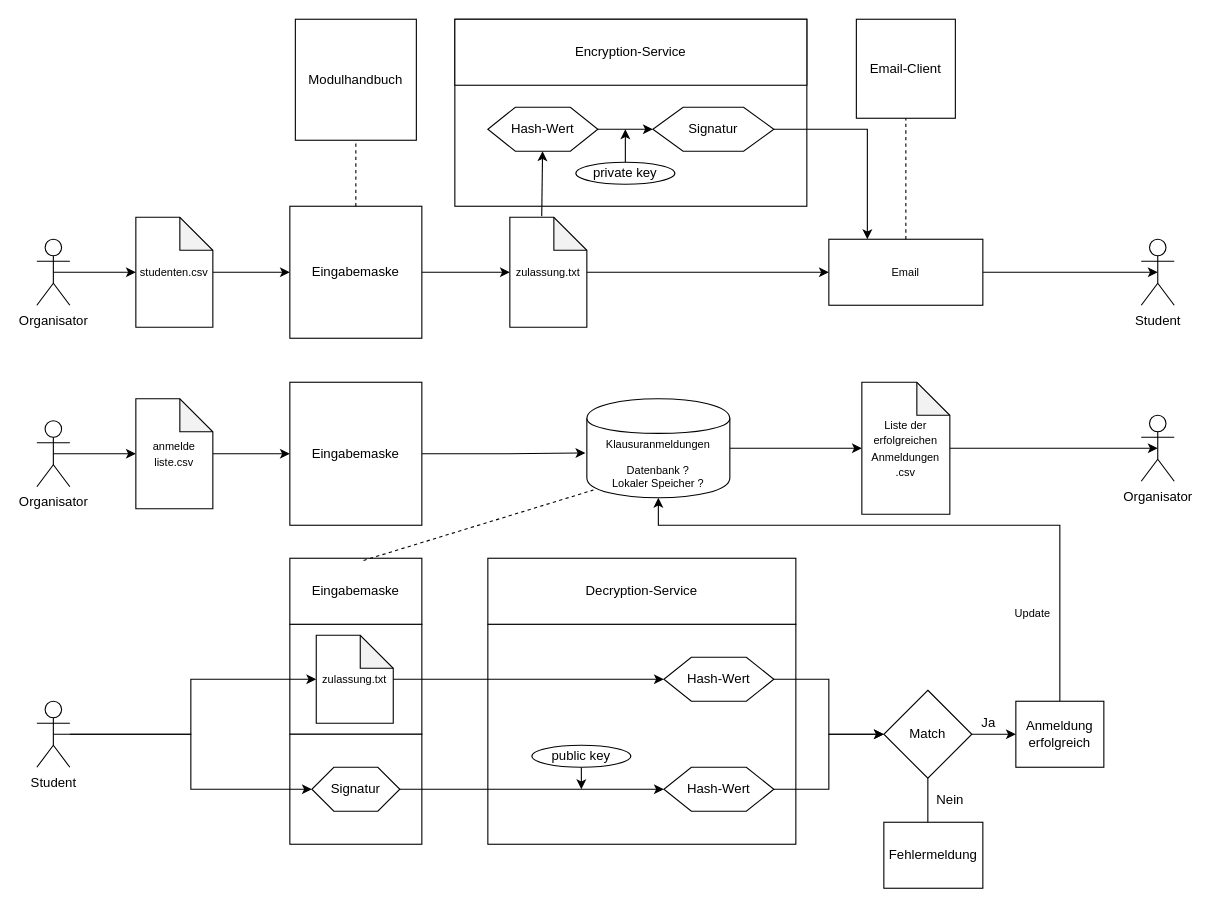
Before: dokumentation/images/process_flowchart_anmeldungen2.drawio in hhu-propra2-2019/abschlussprojekt-bits-please, a draw.io diagram. Source tidied: cells renumbered, new cells numbered last; positions are measured from the earlier drawing's top-left corner, leaving out a move shared by most shapes. Both pictures are drawn from the tidied source at 110%, with x=0, y=0 at pixel (36, 19).
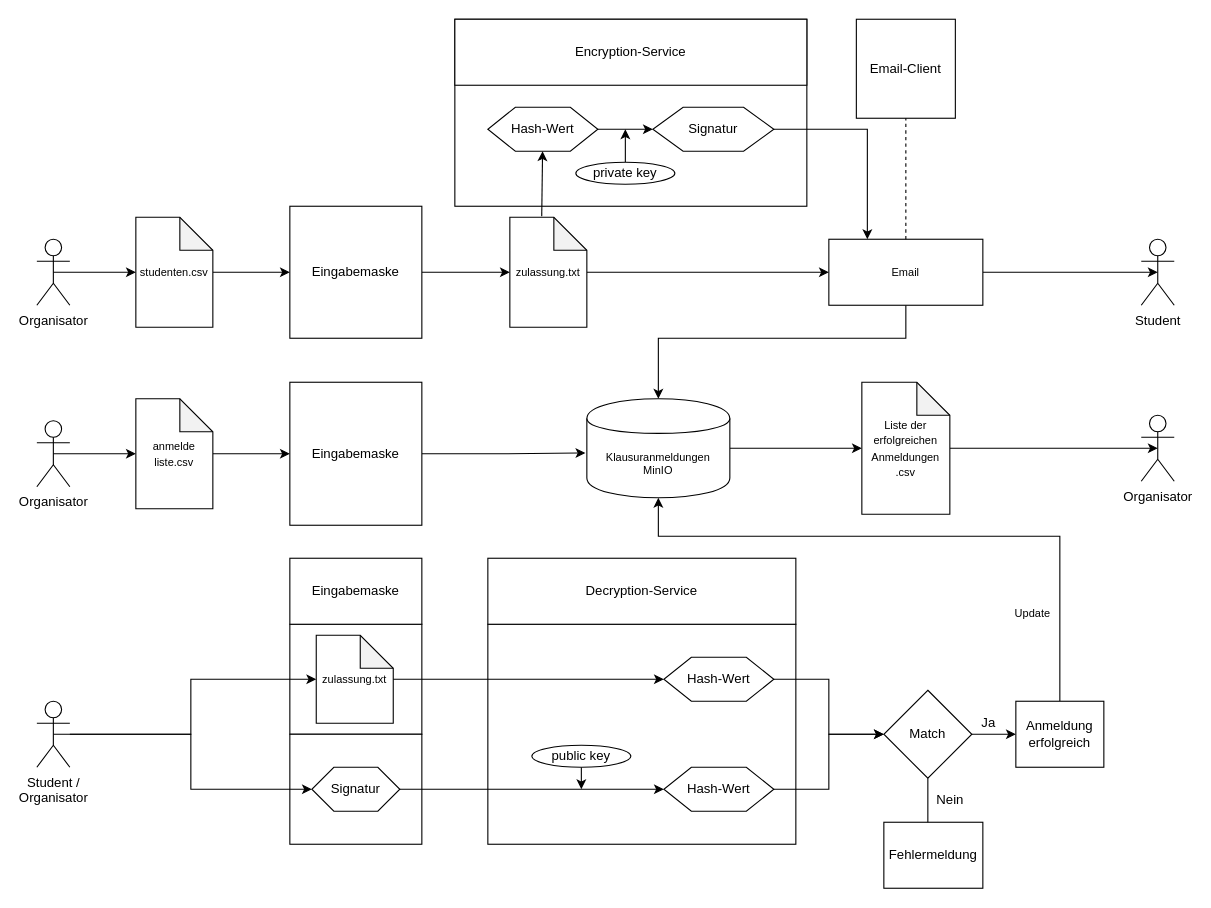
Above is the later version.

Unchanged cells that the change refers to:
```xml
<mxCell id="11" value="&lt;div&gt;Eingabemaske&lt;/div&gt;" style="whiteSpace=wrap;html=1;" parent="1" vertex="1">
  <mxGeometry x="230" y="170" width="120" height="120" as="geometry" />
</mxCell>
<mxCell id="18" value="&lt;font style=&quot;font-size: 10px&quot;&gt;Email&lt;/font&gt;" style="whiteSpace=wrap;html=1;" parent="1" vertex="1">
  <mxGeometry x="720" y="200" width="140" height="60" as="geometry" />
</mxCell>
<mxCell id="36" value="Eingabemaske" style="whiteSpace=wrap;html=1;" parent="1" vertex="1">
  <mxGeometry x="230" y="490" width="120" height="60" as="geometry" />
</mxCell>
<mxCell id="51" value="Anmeldung erfolgreich" style="whiteSpace=wrap;html=1;" parent="1" vertex="1">
  <mxGeometry x="890" y="620" width="80" height="60" as="geometry" />
</mxCell>
```

Change to the diagram source:
```diff
@@
-    <mxCell id="14" style="endArrow=none;dashed=1;html=1;exitX=0.5;exitY=0;exitDx=0;exitDy=0;" parent="1" edge="1" source="11" target="15">
-      <mxGeometry relative="1" as="geometry" />
-    </mxCell>
-    <mxCell id="15" value="Modulhandbuch" style="whiteSpace=wrap;html=1;" parent="1" vertex="1">
-      <mxGeometry x="235" width="110" height="110" as="geometry" />
-    </mxCell>
@@
+    <mxCell id="65" style="edgeStyle=orthogonalEdgeStyle;rounded=0;jettySize=auto;html=1;" parent="1" edge="1" source="18" target="59">
+      <mxGeometry relative="1" as="geometry">
+        <Array as="points">
+          <mxPoint x="790" y="290" />
+          <mxPoint x="565" y="290" />
+        </Array>
+      </mxGeometry>
+    </mxCell>
@@
-    <mxCell id="32" value="Student" style="shape=umlActor;verticalLabelPosition=bottom;labelBackgroundColor=#ffffff;verticalAlign=top;html=1;outlineConnect=0;" parent="1" vertex="1">
+    <mxCell id="32" value="&lt;div&gt;Student / &lt;br&gt;&lt;/div&gt;&lt;div&gt;Organisator&lt;br&gt;&lt;/div&gt;" style="shape=umlActor;verticalLabelPosition=bottom;labelBackgroundColor=#ffffff;verticalAlign=top;html=1;outlineConnect=0;" parent="1" vertex="1">
       <mxGeometry y="620" width="30" height="60" as="geometry" />
     </mxCell>
@@
     <mxCell id="50" style="edgeStyle=orthogonalEdgeStyle;rounded=0;jettySize=auto;html=1;entryX=0.5;entryY=1;entryDx=0;entryDy=0;exitX=0.5;exitY=0;exitDx=0;exitDy=0;" parent="1" edge="1" source="51" target="59">
       <mxGeometry relative="1" as="geometry">
         <Array as="points">
-          <mxPoint x="930" y="460" />
-          <mxPoint x="565" y="460" />
+          <mxPoint x="930" y="470" />
+          <mxPoint x="565" y="470" />
         </Array>
       </mxGeometry>
     </mxCell>
@@
-    <mxCell id="59" value="&lt;div style=&quot;font-size: 10px&quot;&gt;&lt;font style=&quot;font-size: 10px&quot;&gt;Klausuranmeldungen&lt;/font&gt;&lt;/div&gt;&lt;div style=&quot;font-size: 10px&quot;&gt;&lt;font style=&quot;font-size: 10px&quot;&gt;&lt;br&gt;&lt;/font&gt;&lt;/div&gt;&lt;div style=&quot;font-size: 10px&quot;&gt;&lt;font style=&quot;font-size: 10px&quot;&gt;Datenbank ?&lt;/font&gt;&lt;/div&gt;&lt;div style=&quot;font-size: 10px&quot;&gt;&lt;font style=&quot;font-size: 10px&quot;&gt;Lokaler Speicher ?&lt;br&gt;&lt;/font&gt;&lt;/div&gt;" style="shape=cylinder;whiteSpace=wrap;html=1;boundedLbl=1;backgroundOutline=1;" parent="1" vertex="1">
+    <mxCell id="59" value="&lt;div style=&quot;font-size: 10px&quot;&gt;&lt;font style=&quot;font-size: 10px&quot;&gt;Klausuranmeldungen&lt;/font&gt;&lt;/div&gt;&lt;div style=&quot;font-size: 10px&quot;&gt;&lt;font style=&quot;font-size: 10px&quot;&gt;MinIO&lt;br&gt;&lt;/font&gt;&lt;/div&gt;" style="shape=cylinder;whiteSpace=wrap;html=1;boundedLbl=1;backgroundOutline=1;" parent="1" vertex="1">
       <mxGeometry x="500" y="345" width="130" height="90" as="geometry" />
     </mxCell>
-    <mxCell id="60" style="endArrow=none;dashed=1;html=1;exitX=0.558;exitY=0.033;exitDx=0;exitDy=0;exitPerimeter=0;entryX=0.046;entryY=0.922;entryDx=0;entryDy=0;entryPerimeter=0;" parent="1" edge="1" source="36" target="59">
-      <mxGeometry relative="1" as="geometry" />
-    </mxCell>
```
